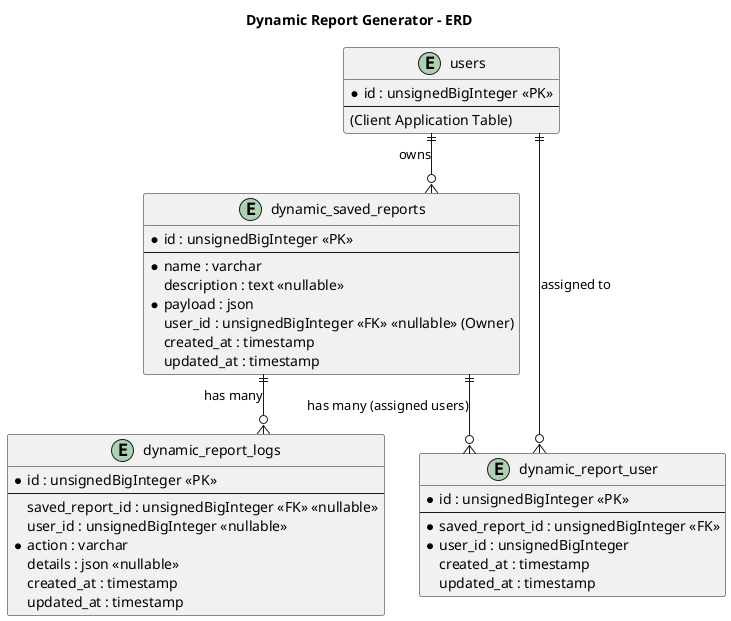
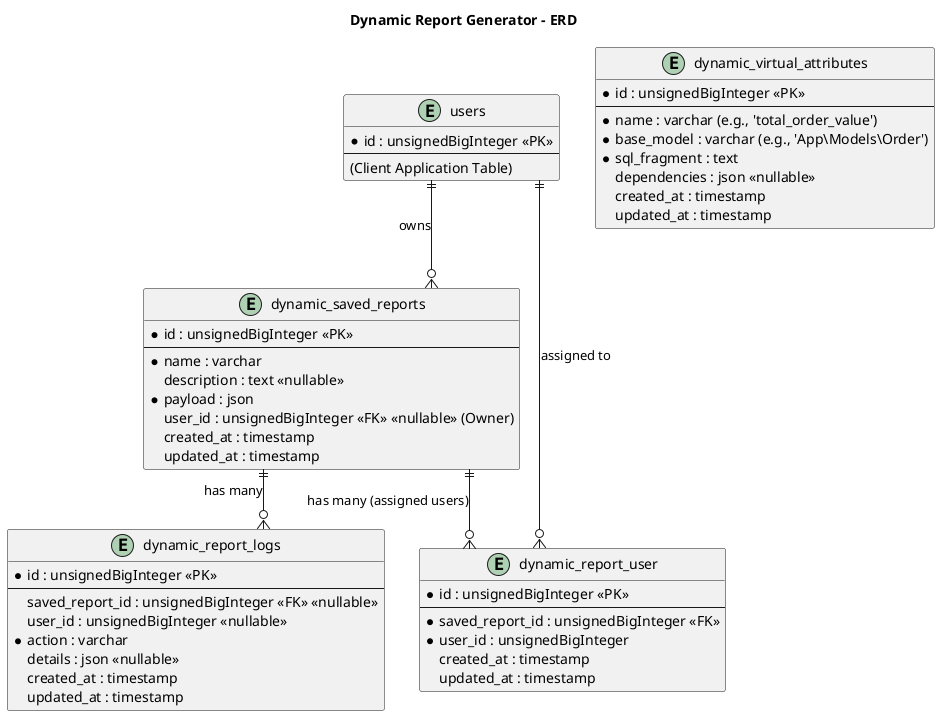
@startuml Entity Relationship Diagram
title Dynamic Report Generator - ERD

skinparam linetype ortho

entity "dynamic_saved_reports" as SavedReport {
  * id : unsignedBigInteger <<PK>>
  --
  * name : varchar
  description : text <<nullable>>
  * payload : json
  user_id : unsignedBigInteger <<FK>> <<nullable>> (Owner)
  created_at : timestamp
  updated_at : timestamp
}

entity "dynamic_report_logs" as ReportLog {
  * id : unsignedBigInteger <<PK>>
  --
  saved_report_id : unsignedBigInteger <<FK>> <<nullable>>
  user_id : unsignedBigInteger <<nullable>>
  * action : varchar
  details : json <<nullable>>
  created_at : timestamp
  updated_at : timestamp
}

entity "dynamic_report_user" as ReportUserPivot {
  * id : unsignedBigInteger <<PK>>
  --
  * saved_report_id : unsignedBigInteger <<FK>>
  * user_id : unsignedBigInteger
  created_at : timestamp
  updated_at : timestamp
}

entity "users" as User {
  * id : unsignedBigInteger <<PK>>
  --
  (Client Application Table)
}

+ entity "dynamic_virtual_attributes" as VirtualAttribute {
+   * id : unsignedBigInteger <<PK>>
+   --
+   * name : varchar (e.g., 'total_order_value')
+   * base_model : varchar (e.g., 'App\\Models\\Order')
+   * sql_fragment : text
+   dependencies : json <<nullable>>
+   created_at : timestamp
+   updated_at : timestamp
+ }
+ 
SavedReport ||--o{ ReportLog : "has many"
SavedReport ||--o{ ReportUserPivot : "has many (assigned users)"
User ||--o{ ReportUserPivot : "assigned to"
User ||--o{ SavedReport : "owns"

@enduml
